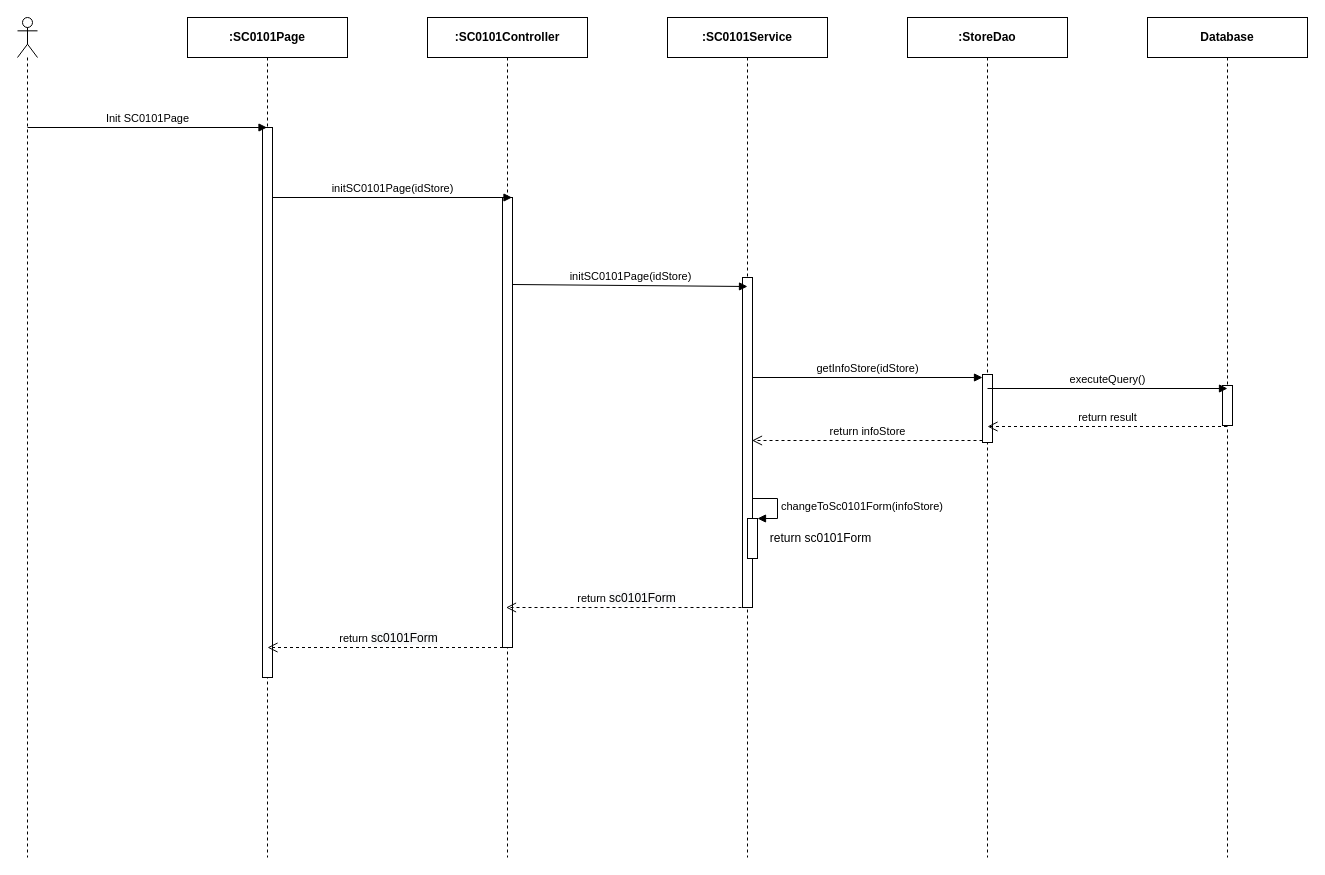
luannmdev/CapstoneDocument keeps this draw.io diagram as page "Ev01" (1 of 7) of 2. Approved/SEQ Diagram/sc01/SC0101_StoreDetail.drawio. Above is the earlier version. Source tidied: cells renumbered, new cells numbered last; positions are measured from the earlier drawing's top-left corner, leaving out a move shared by most shapes. Both pictures are drawn from the tidied source at 100%, with x=0, y=0 at pixel (17, 17).
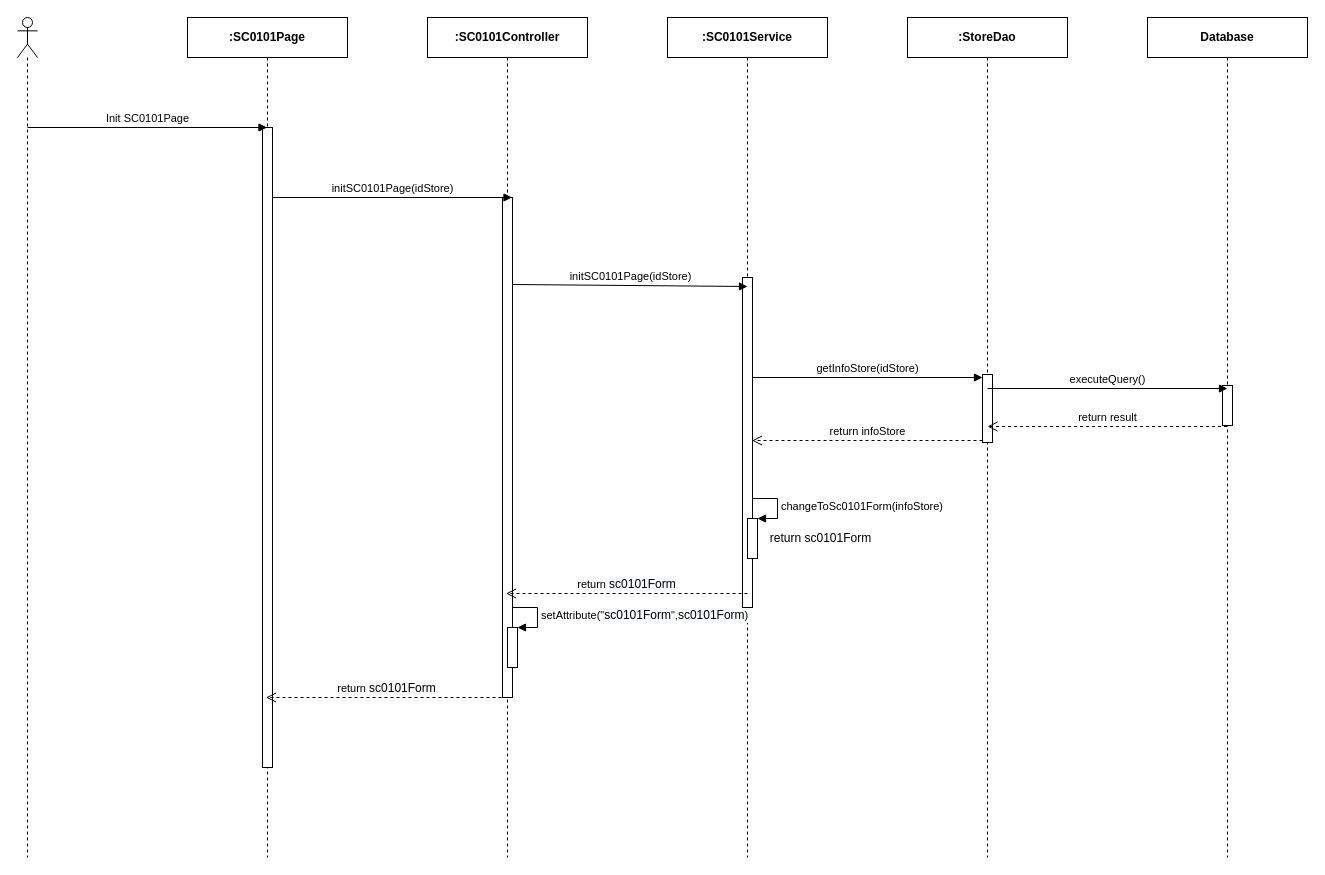
After the change.

Commit message (it also covers changes not shown here):
TruongTN add setAttribute for form

The change refers to these unchanged cells:
```xml
<mxCell id="3" value="&lt;b&gt;:SC0101Page&lt;/b&gt;" style="shape=umlLifeline;perimeter=lifelinePerimeter;whiteSpace=wrap;html=1;outlineConnect=0;" parent="1" vertex="1">
  <mxGeometry x="170" width="160" height="840" as="geometry" />
</mxCell>
<mxCell id="11" value="&lt;b&gt;:SC0101Controller&lt;/b&gt;" style="shape=umlLifeline;perimeter=lifelinePerimeter;whiteSpace=wrap;html=1;" parent="1" vertex="1">
  <mxGeometry x="410" width="160" height="840" as="geometry" />
</mxCell>
```

The edit, as a diff of the source:
```diff
@@
     <mxCell id="4" style="html=1;perimeter=orthogonalPerimeter;" parent="3" vertex="1">
-      <mxGeometry x="75" y="110" width="10" height="550" as="geometry" />
+      <mxGeometry x="75" y="110" width="10" height="640" as="geometry" />
     </mxCell>
@@
     <mxCell id="12" style="html=1;perimeter=orthogonalPerimeter;" parent="11" vertex="1">
-      <mxGeometry x="75" y="180" width="10" height="450" as="geometry" />
+      <mxGeometry x="75" y="180" width="10" height="500" as="geometry" />
     </mxCell>
@@
     <mxCell id="16" value="return&amp;nbsp;&lt;span style=&quot;font-size: 12px ; background-color: rgb(248 , 249 , 250)&quot;&gt;sc0101Form&lt;/span&gt;" style="html=1;verticalAlign=bottom;endArrow=open;dashed=1;endSize=8;" parent="1" edge="1">
       <mxGeometry relative="1" as="geometry">
-        <mxPoint x="730" y="590" as="sourcePoint" />
-        <mxPoint x="488.5" y="590" as="targetPoint" />
+        <mxPoint x="730" y="576" as="sourcePoint" />
+        <mxPoint x="488.5" y="576" as="targetPoint" />
       </mxGeometry>
     </mxCell>
@@
     <mxCell id="24" value="return&amp;nbsp;&lt;span style=&quot;font-size: 12px ; background-color: rgb(248 , 249 , 250)&quot;&gt;sc0101Form&lt;/span&gt;" style="html=1;verticalAlign=bottom;endArrow=open;dashed=1;endSize=8;" parent="1" edge="1">
       <mxGeometry relative="1" as="geometry">
-        <mxPoint x="491.5" y="630" as="sourcePoint" />
-        <mxPoint x="250" y="630" as="targetPoint" />
+        <mxPoint x="490" y="680" as="sourcePoint" />
+        <mxPoint x="248.5" y="680" as="targetPoint" />
       </mxGeometry>
     </mxCell>
+    <mxCell id="25" style="html=1;points=[];perimeter=orthogonalPerimeter;" parent="1" vertex="1">
+      <mxGeometry x="490" y="610" width="10" height="40" as="geometry" />
+    </mxCell>
+    <mxCell id="26" value="setAttribute(&quot;&lt;span style=&quot;font-size: 12px ; text-align: center ; background-color: rgb(248 , 249 , 250)&quot;&gt;sc0101Form&lt;/span&gt;&quot;,&lt;span style=&quot;font-size: 12px ; text-align: center ; background-color: rgb(248 , 249 , 250)&quot;&gt;sc0101Form&lt;/span&gt;)" style="edgeStyle=orthogonalEdgeStyle;html=1;align=left;spacingLeft=2;endArrow=block;rounded=0;entryX=1;entryY=0;" parent="1" edge="1" target="25">
+      <mxGeometry relative="1" as="geometry">
+        <mxPoint x="495" y="590" as="sourcePoint" />
+        <Array as="points">
+          <mxPoint x="520" y="590" />
+        </Array>
+      </mxGeometry>
+    </mxCell>
```
